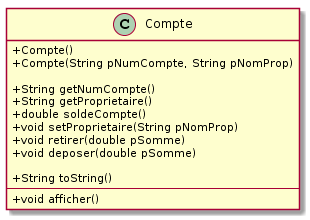
This is POO/images/plantuml/classeCompteInterface.png from IUT-Blagnac/POO, a PlantUML export, as it was before one commit. Source of this version:
```plantuml
@startuml
skinparam classAttributeIconSize 0

class Compte {
	+ Compte()
	+ Compte(String pNumCompte, String pNomProp)

	+ String getNumCompte()
	+ String getProprietaire()
	+ double soldeCompte()
	+ void setProprietaire(String pNomProp)
	+ void retirer(double pSomme)
	+ void deposer(double pSomme)

	+ String toString()
	---
	+ void afficher()
}
@enduml
```
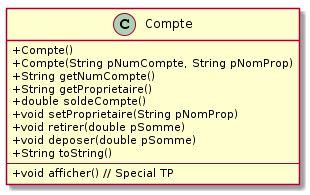
The same diagram one commit later.

What changed in the source:
```diff
@@ -14,6 +14,6 @@
 
 	+ String toString()
 	---
-	+ void afficher()
+	+ void afficher() // Special TP
 }
 @enduml
```
